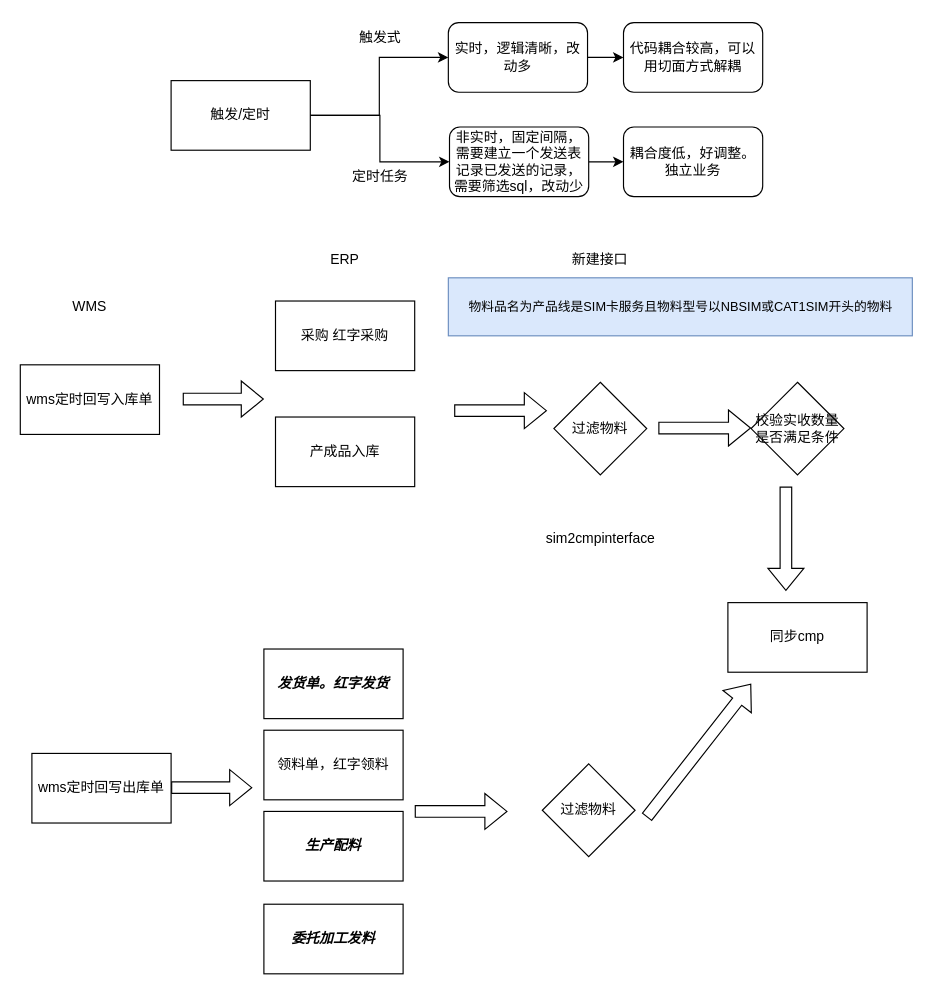
The draw.io diagram sim.drawio in zckyuwang/spring-cloud-master, before the edit. Source tidied: cells renumbered, new cells numbered last; positions are measured from the earlier drawing's top-left corner, leaving out a move shared by most shapes. Both pictures are drawn from the tidied source at 116%, with x=0, y=0 at pixel (20, 20).
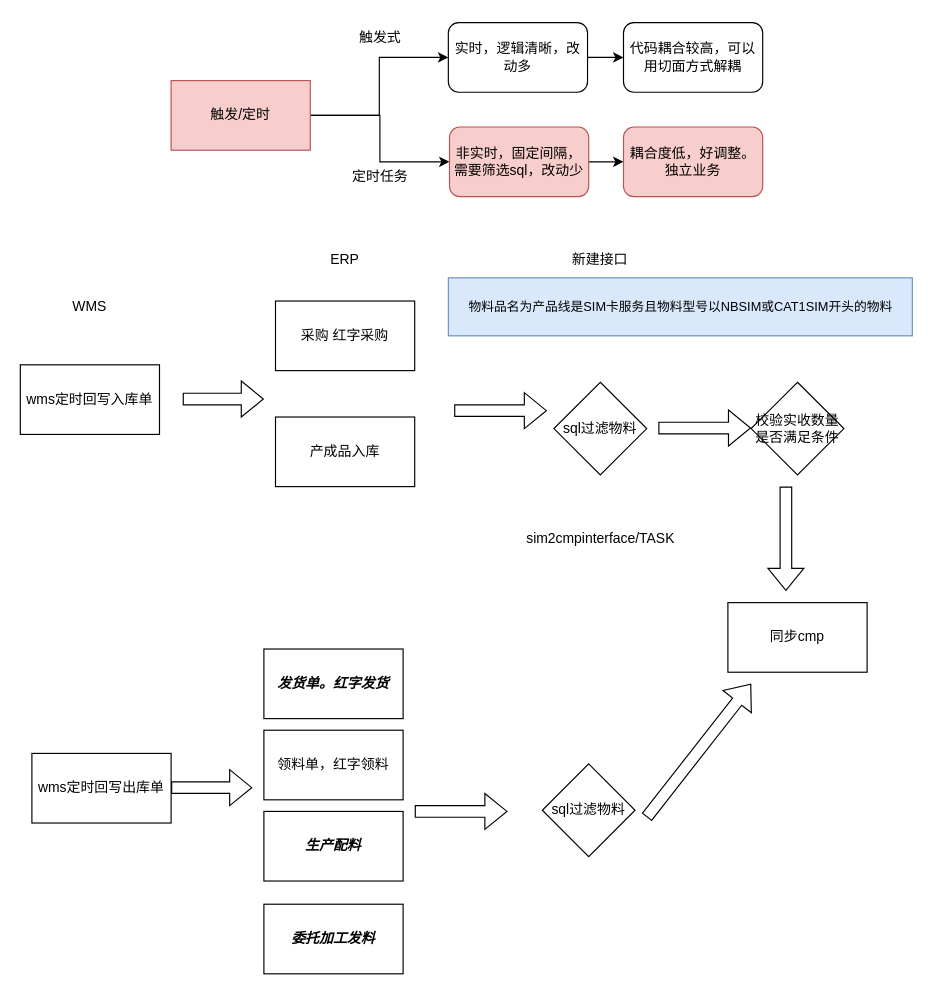
The same diagram, later.

Change to the diagram source:
```diff
@@
-    <mxCell id="5" value="过滤物料" style="rhombus;whiteSpace=wrap;html=1;" parent="1" vertex="1">
+    <mxCell id="5" value="sql过滤物料" style="rhombus;whiteSpace=wrap;html=1;" parent="1" vertex="1">
       <mxGeometry x="460" y="312" width="80" height="80" as="geometry" />
     </mxCell>
@@
-    <mxCell id="19" value="过滤物料" style="rhombus;whiteSpace=wrap;html=1;" parent="1" vertex="1">
+    <mxCell id="19" value="sql过滤物料" style="rhombus;whiteSpace=wrap;html=1;" parent="1" vertex="1">
       <mxGeometry x="450" y="641" width="80" height="80" as="geometry" />
     </mxCell>
@@
-    <mxCell id="25" value="sim2cmpinterface" style="text;html=1;align=center;verticalAlign=middle;strokeColor=none;fillColor=none;" parent="1" vertex="1">
-      <mxGeometry x="440" y="432" width="120" height="30" as="geometry" />
+    <mxCell id="25" value="sim2cmpinterface/TASK" style="text;html=1;align=center;verticalAlign=middle;strokeColor=none;fillColor=none;" parent="1" vertex="1">
+      <mxGeometry x="425" y="432" width="150" height="30" as="geometry" />
     </mxCell>
@@
-    <mxCell id="28" value="触发/定时" style="rounded=0;whiteSpace=wrap;html=1;" parent="1" vertex="1">
+    <mxCell id="28" value="触发/定时" style="rounded=0;whiteSpace=wrap;html=1;fillColor=#f8cecc;strokeColor=#b85450;" parent="1" vertex="1">
       <mxGeometry x="130" y="52" width="120" height="60" as="geometry" />
     </mxCell>
@@
-    <mxCell id="32" value="非实时，固定间隔，需要建立一个发送表记录已发送的记录，需要筛选sql，改动少" style="rounded=1;whiteSpace=wrap;html=1;" parent="1" vertex="1">
+    <mxCell id="32" value="非实时，固定间隔，需要筛选sql，改动少" style="rounded=1;whiteSpace=wrap;html=1;fillColor=#f8cecc;strokeColor=#b85450;" parent="1" vertex="1">
       <mxGeometry x="370" y="92" width="120" height="60" as="geometry" />
     </mxCell>
@@
-    <mxCell id="36" value="耦合度低，好调整。独立业务" style="rounded=1;whiteSpace=wrap;html=1;" parent="1" vertex="1">
+    <mxCell id="36" value="耦合度低，好调整。独立业务" style="rounded=1;whiteSpace=wrap;html=1;fillColor=#f8cecc;strokeColor=#b85450;" parent="1" vertex="1">
       <mxGeometry x="520" y="92" width="120" height="60" as="geometry" />
     </mxCell>
```
